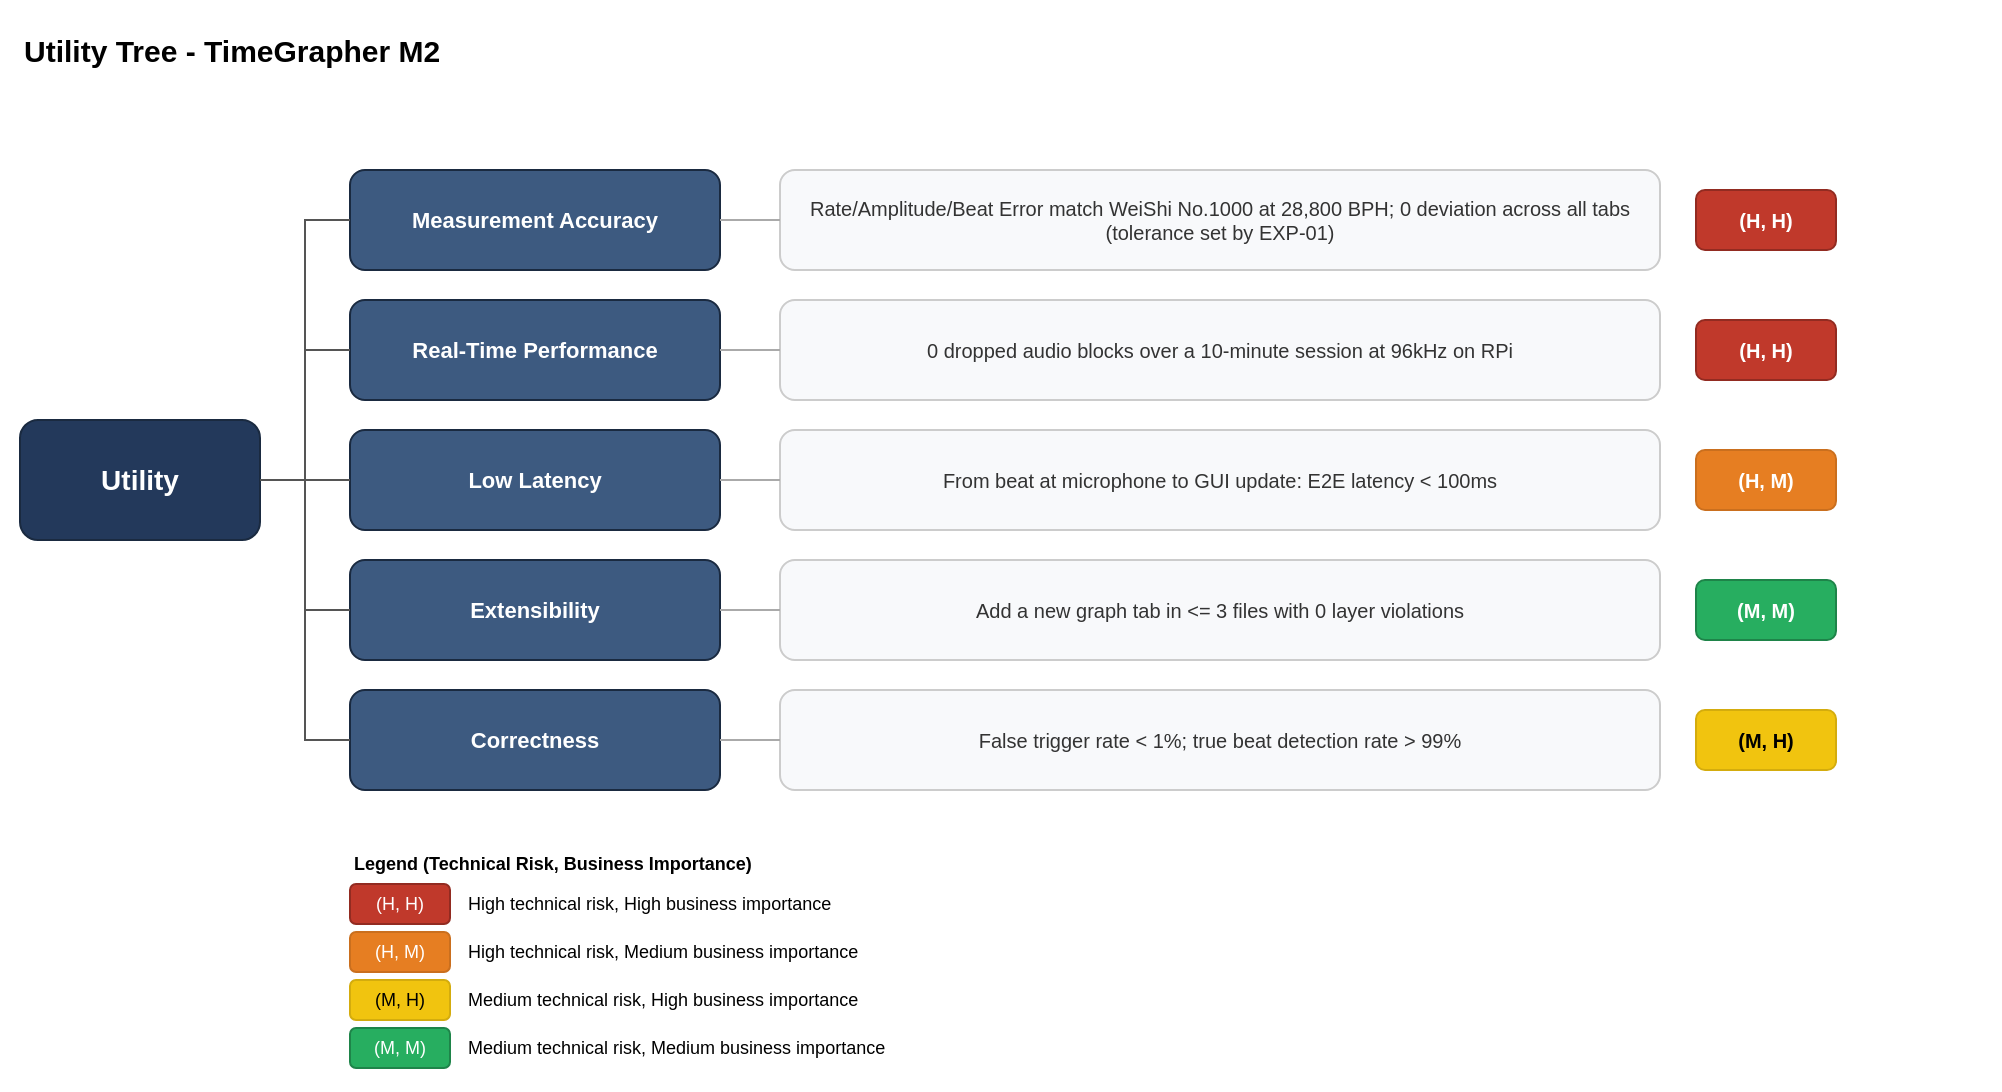
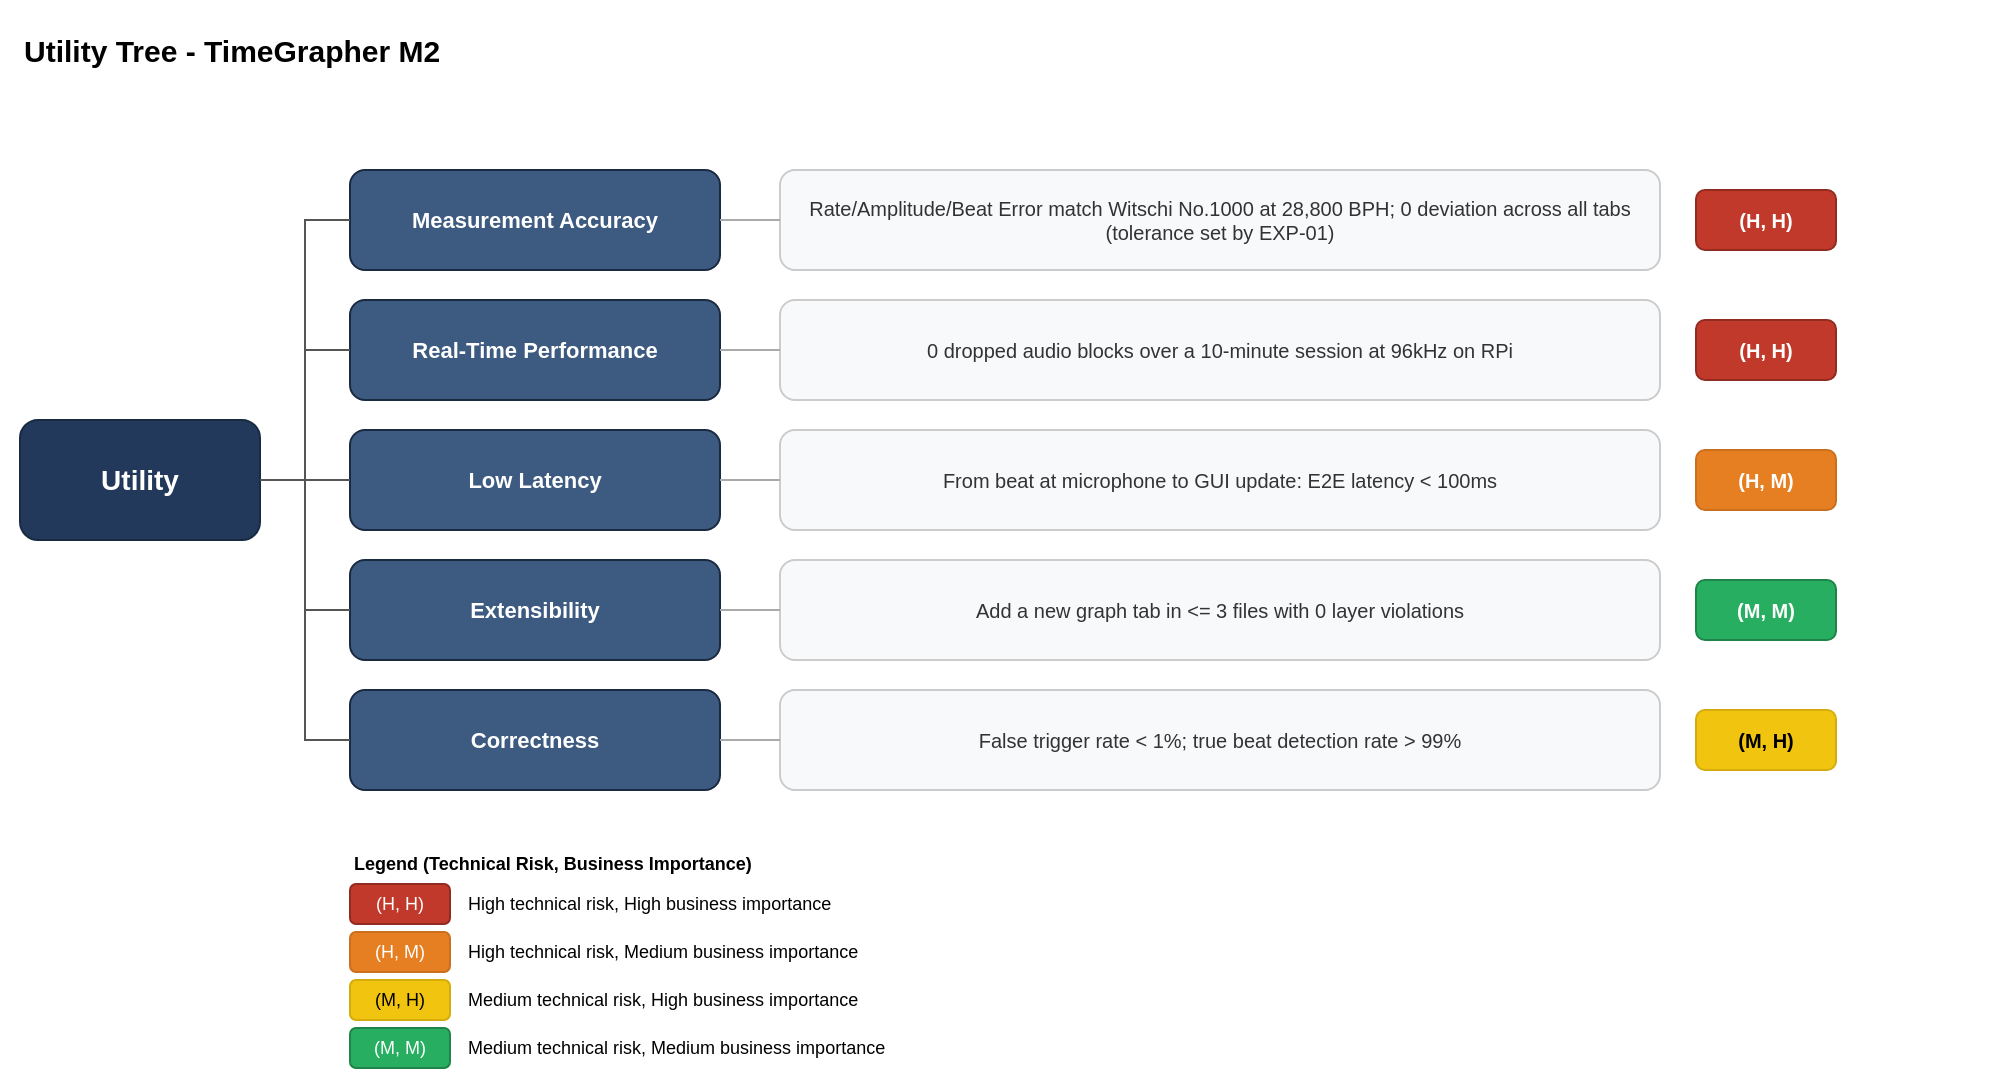
<mxGraphModel dx="1422" dy="762" grid="0" gridSize="10" guides="1" tooltips="1" connect="1" arrows="1" fold="1" page="1" pageScale="1" pageWidth="1000" pageHeight="560" math="0" shadow="0">
  <root>
    <mxCell id="0" />
    <mxCell id="1" parent="0" />
    <mxCell id="canvas" value="" style="fillColor=#ffffff;strokeColor=none;" vertex="1" parent="1">
      <mxGeometry x="0" y="0" width="1000" height="545" as="geometry" />
    </mxCell>
    <mxCell id="title" value="Utility Tree - TimeGrapher M2" style="text;html=1;fontStyle=1;fontSize=15;align=left;" vertex="1" parent="1">
      <mxGeometry x="10" y="10" width="400" height="30" as="geometry" />
    </mxCell>
    <mxCell id="root" value="Utility" style="rounded=1;whiteSpace=wrap;html=1;fillColor=#23395B;fontColor=#ffffff;strokeColor=#1a2a40;fontStyle=1;fontSize=14;" vertex="1" parent="1">
      <mxGeometry x="10" y="210" width="120" height="60" as="geometry" />
    </mxCell>
    <mxCell id="qa1" value="Measurement Accuracy" style="rounded=1;whiteSpace=wrap;html=1;fillColor=#3d5a80;fontColor=#ffffff;strokeColor=#1a2a40;fontStyle=1;fontSize=11;" vertex="1" parent="1">
      <mxGeometry x="175" y="85" width="185" height="50" as="geometry" />
    </mxCell>
-     <mxCell id="sc1" value="Rate/Amplitude/Beat Error match WeiShi No.1000 at 28,800 BPH; 0 deviation across all tabs (tolerance set by EXP-01)" style="rounded=1;whiteSpace=wrap;html=1;fillColor=#f8f9fb;fontColor=#333333;strokeColor=#cccccc;fontSize=10;" vertex="1" parent="1">
+     <mxCell id="sc1" value="Rate/Amplitude/Beat Error match Witschi No.1000 at 28,800 BPH; 0 deviation across all tabs (tolerance set by EXP-01)" style="rounded=1;whiteSpace=wrap;html=1;fillColor=#f8f9fb;fontColor=#333333;strokeColor=#cccccc;fontSize=10;" vertex="1" parent="1">
      <mxGeometry x="390" y="85" width="440" height="50" as="geometry" />
    </mxCell>
    <mxCell id="p1" value="(H, H)" style="rounded=1;whiteSpace=wrap;html=1;fillColor=#c0392b;fontColor=#ffffff;strokeColor=#922b21;fontStyle=1;fontSize=10;" vertex="1" parent="1">
      <mxGeometry x="848" y="95" width="70" height="30" as="geometry" />
    </mxCell>
    <mxCell id="qa2" value="Real-Time Performance" style="rounded=1;whiteSpace=wrap;html=1;fillColor=#3d5a80;fontColor=#ffffff;strokeColor=#1a2a40;fontStyle=1;fontSize=11;" vertex="1" parent="1">
      <mxGeometry x="175" y="150" width="185" height="50" as="geometry" />
    </mxCell>
    <mxCell id="sc2" value="0 dropped audio blocks over a 10-minute session at 96kHz on RPi" style="rounded=1;whiteSpace=wrap;html=1;fillColor=#f8f9fb;fontColor=#333333;strokeColor=#cccccc;fontSize=10;" vertex="1" parent="1">
      <mxGeometry x="390" y="150" width="440" height="50" as="geometry" />
    </mxCell>
    <mxCell id="p2" value="(H, H)" style="rounded=1;whiteSpace=wrap;html=1;fillColor=#c0392b;fontColor=#ffffff;strokeColor=#922b21;fontStyle=1;fontSize=10;" vertex="1" parent="1">
      <mxGeometry x="848" y="160" width="70" height="30" as="geometry" />
    </mxCell>
    <mxCell id="qa3" value="Low Latency" style="rounded=1;whiteSpace=wrap;html=1;fillColor=#3d5a80;fontColor=#ffffff;strokeColor=#1a2a40;fontStyle=1;fontSize=11;" vertex="1" parent="1">
      <mxGeometry x="175" y="215" width="185" height="50" as="geometry" />
    </mxCell>
    <mxCell id="sc3" value="From beat at microphone to GUI update: E2E latency &lt; 100ms" style="rounded=1;whiteSpace=wrap;html=1;fillColor=#f8f9fb;fontColor=#333333;strokeColor=#cccccc;fontSize=10;" vertex="1" parent="1">
      <mxGeometry x="390" y="215" width="440" height="50" as="geometry" />
    </mxCell>
    <mxCell id="p3" value="(H, M)" style="rounded=1;whiteSpace=wrap;html=1;fillColor=#e67e22;fontColor=#ffffff;strokeColor=#ca6f1e;fontStyle=1;fontSize=10;" vertex="1" parent="1">
      <mxGeometry x="848" y="225" width="70" height="30" as="geometry" />
    </mxCell>
    <mxCell id="qa4" value="Extensibility" style="rounded=1;whiteSpace=wrap;html=1;fillColor=#3d5a80;fontColor=#ffffff;strokeColor=#1a2a40;fontStyle=1;fontSize=11;" vertex="1" parent="1">
      <mxGeometry x="175" y="280" width="185" height="50" as="geometry" />
    </mxCell>
    <mxCell id="sc4" value="Add a new graph tab in &lt;= 3 files with 0 layer violations" style="rounded=1;whiteSpace=wrap;html=1;fillColor=#f8f9fb;fontColor=#333333;strokeColor=#cccccc;fontSize=10;" vertex="1" parent="1">
      <mxGeometry x="390" y="280" width="440" height="50" as="geometry" />
    </mxCell>
    <mxCell id="p4" value="(M, M)" style="rounded=1;whiteSpace=wrap;html=1;fillColor=#27ae60;fontColor=#ffffff;strokeColor=#1e8449;fontStyle=1;fontSize=10;" vertex="1" parent="1">
      <mxGeometry x="848" y="290" width="70" height="30" as="geometry" />
    </mxCell>
    <mxCell id="qa5" value="Correctness" style="rounded=1;whiteSpace=wrap;html=1;fillColor=#3d5a80;fontColor=#ffffff;strokeColor=#1a2a40;fontStyle=1;fontSize=11;" vertex="1" parent="1">
      <mxGeometry x="175" y="345" width="185" height="50" as="geometry" />
    </mxCell>
    <mxCell id="sc5" value="False trigger rate &lt; 1%; true beat detection rate &gt; 99%" style="rounded=1;whiteSpace=wrap;html=1;fillColor=#f8f9fb;fontColor=#333333;strokeColor=#cccccc;fontSize=10;" vertex="1" parent="1">
      <mxGeometry x="390" y="345" width="440" height="50" as="geometry" />
    </mxCell>
    <mxCell id="p5" value="(M, H)" style="rounded=1;whiteSpace=wrap;html=1;fillColor=#f1c40f;fontColor=#000000;strokeColor=#d4ac0d;fontStyle=1;fontSize=10;" vertex="1" parent="1">
      <mxGeometry x="848" y="355" width="70" height="30" as="geometry" />
    </mxCell>
    <mxCell id="e1" style="edgeStyle=orthogonalEdgeStyle;html=1;strokeColor=#555555;endArrow=none;rounded=0;exitX=1;exitY=0.5;entryX=0;entryY=0.5;" edge="1" source="root" target="qa1" parent="1">
      <mxGeometry relative="1" as="geometry" />
    </mxCell>
    <mxCell id="e2" style="edgeStyle=orthogonalEdgeStyle;html=1;strokeColor=#555555;endArrow=none;rounded=0;exitX=1;exitY=0.5;entryX=0;entryY=0.5;" edge="1" source="root" target="qa2" parent="1">
      <mxGeometry relative="1" as="geometry" />
    </mxCell>
    <mxCell id="e3" style="edgeStyle=orthogonalEdgeStyle;html=1;strokeColor=#555555;endArrow=none;rounded=0;exitX=1;exitY=0.5;entryX=0;entryY=0.5;" edge="1" source="root" target="qa3" parent="1">
      <mxGeometry relative="1" as="geometry" />
    </mxCell>
    <mxCell id="e4" style="edgeStyle=orthogonalEdgeStyle;html=1;strokeColor=#555555;endArrow=none;rounded=0;exitX=1;exitY=0.5;entryX=0;entryY=0.5;" edge="1" source="root" target="qa4" parent="1">
      <mxGeometry relative="1" as="geometry" />
    </mxCell>
    <mxCell id="e5" style="edgeStyle=orthogonalEdgeStyle;html=1;strokeColor=#555555;endArrow=none;rounded=0;exitX=1;exitY=0.5;entryX=0;entryY=0.5;" edge="1" source="root" target="qa5" parent="1">
      <mxGeometry relative="1" as="geometry" />
    </mxCell>
    <mxCell id="e10" style="edgeStyle=orthogonalEdgeStyle;html=1;strokeColor=#aaaaaa;endArrow=none;rounded=0;" edge="1" source="qa1" target="sc1" parent="1">
      <mxGeometry relative="1" as="geometry" />
    </mxCell>
    <mxCell id="e20" style="edgeStyle=orthogonalEdgeStyle;html=1;strokeColor=#aaaaaa;endArrow=none;rounded=0;" edge="1" source="qa2" target="sc2" parent="1">
      <mxGeometry relative="1" as="geometry" />
    </mxCell>
    <mxCell id="e30" style="edgeStyle=orthogonalEdgeStyle;html=1;strokeColor=#aaaaaa;endArrow=none;rounded=0;" edge="1" source="qa3" target="sc3" parent="1">
      <mxGeometry relative="1" as="geometry" />
    </mxCell>
    <mxCell id="e40" style="edgeStyle=orthogonalEdgeStyle;html=1;strokeColor=#aaaaaa;endArrow=none;rounded=0;" edge="1" source="qa4" target="sc4" parent="1">
      <mxGeometry relative="1" as="geometry" />
    </mxCell>
    <mxCell id="e50" style="edgeStyle=orthogonalEdgeStyle;html=1;strokeColor=#aaaaaa;endArrow=none;rounded=0;" edge="1" source="qa5" target="sc5" parent="1">
      <mxGeometry relative="1" as="geometry" />
    </mxCell>
    <mxCell id="legt" value="Legend  (Technical Risk, Business Importance)" style="text;html=1;fontStyle=1;fontSize=9;align=left;" vertex="1" parent="1">
      <mxGeometry x="175" y="420" width="320" height="18" as="geometry" />
    </mxCell>
    <mxCell id="leg1" value="(H, H)" style="rounded=1;whiteSpace=wrap;html=1;fillColor=#c0392b;fontColor=#ffffff;strokeColor=#922b21;fontSize=9;" vertex="1" parent="1">
      <mxGeometry x="175" y="442" width="50" height="20" as="geometry" />
    </mxCell>
    <mxCell id="leg1t" value="High technical risk, High business importance" style="text;html=1;fontSize=9;align=left;verticalAlign=middle;" vertex="1" parent="1">
      <mxGeometry x="232" y="442" width="260" height="20" as="geometry" />
    </mxCell>
    <mxCell id="leg2" value="(H, M)" style="rounded=1;whiteSpace=wrap;html=1;fillColor=#e67e22;fontColor=#ffffff;strokeColor=#ca6f1e;fontSize=9;" vertex="1" parent="1">
      <mxGeometry x="175" y="466" width="50" height="20" as="geometry" />
    </mxCell>
    <mxCell id="leg2t" value="High technical risk, Medium business importance" style="text;html=1;fontSize=9;align=left;verticalAlign=middle;" vertex="1" parent="1">
      <mxGeometry x="232" y="466" width="260" height="20" as="geometry" />
    </mxCell>
    <mxCell id="leg3" value="(M, H)" style="rounded=1;whiteSpace=wrap;html=1;fillColor=#f1c40f;fontColor=#000000;strokeColor=#d4ac0d;fontSize=9;" vertex="1" parent="1">
      <mxGeometry x="175" y="490" width="50" height="20" as="geometry" />
    </mxCell>
    <mxCell id="leg3t" value="Medium technical risk, High business importance" style="text;html=1;fontSize=9;align=left;verticalAlign=middle;" vertex="1" parent="1">
      <mxGeometry x="232" y="490" width="260" height="20" as="geometry" />
    </mxCell>
    <mxCell id="leg4" value="(M, M)" style="rounded=1;whiteSpace=wrap;html=1;fillColor=#27ae60;fontColor=#ffffff;strokeColor=#1e8449;fontSize=9;" vertex="1" parent="1">
      <mxGeometry x="175" y="514" width="50" height="20" as="geometry" />
    </mxCell>
    <mxCell id="leg4t" value="Medium technical risk, Medium business importance" style="text;html=1;fontSize=9;align=left;verticalAlign=middle;" vertex="1" parent="1">
      <mxGeometry x="232" y="514" width="260" height="20" as="geometry" />
    </mxCell>
  </root>
</mxGraphModel>
